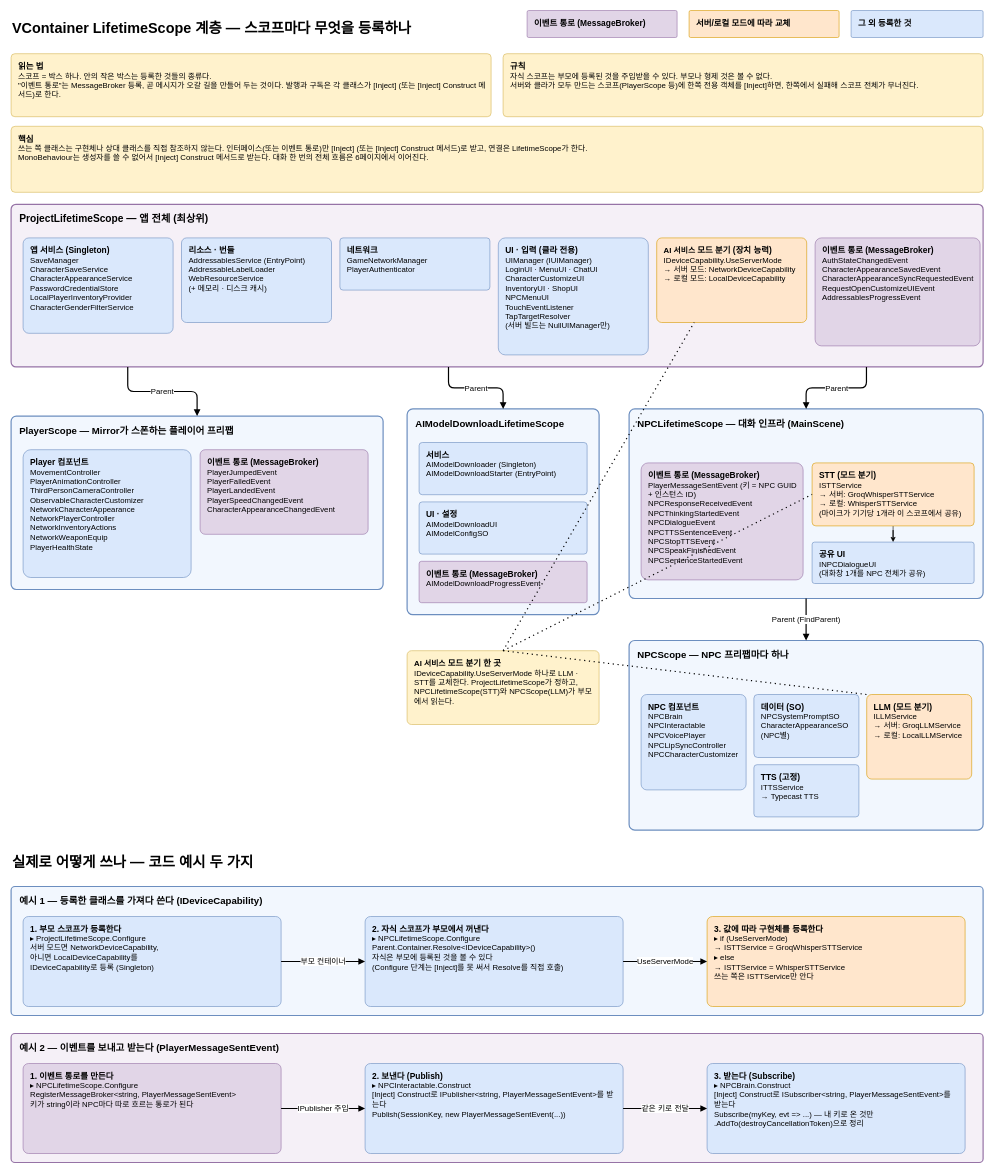
Above: page "2. DI 스코프 계층" (2 of 15) of architecture.drawio in BAESOOHYUN/MySecondWorld-Architecture (draw.io), before the change. Source tidied: cells renumbered, new cells numbered last; positions are measured from the earlier drawing's top-left corner, leaving out a move shared by most shapes. Both pictures are drawn from the tidied source at 60%, with x=0, y=0 at pixel (11, 10).
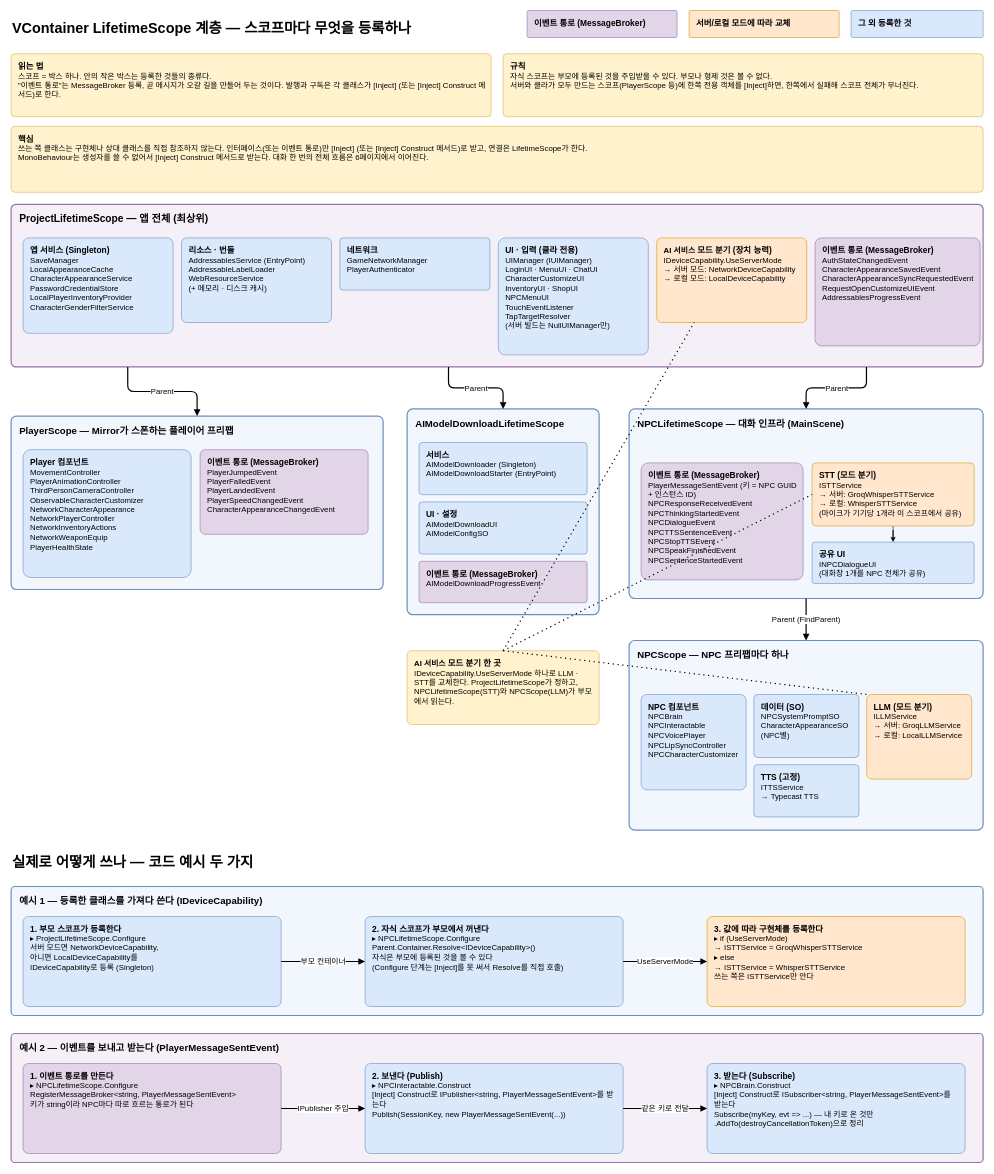
The same page after the edit.

Change to the diagram source:
```diff
@@
-    <mxCell id="11" value="&lt;b style=&quot;font-size:14px&quot;&gt;앱 서비스 (Singleton)&lt;/b&gt;&lt;br&gt;&lt;span style=&quot;font-size:13px&quot;&gt;SaveManager&lt;br&gt;CharacterSaveService&lt;br&gt;CharacterAppearanceService&lt;br&gt;PasswordCredentialStore&lt;br&gt;LocalPlayerInventoryProvider&lt;br&gt;CharacterGenderFilterService&lt;/span&gt;" style="rounded=1;arcSize=6;whiteSpace=wrap;html=1;fillColor=#DAE8FC;strokeColor=#6C8EBF;align=left;verticalAlign=top;spacingLeft=10;spacingRight=8;spacingTop=6;spacingBottom=4;fontSize=13;" parent="1" vertex="1">
+    <mxCell id="11" value="&lt;b style=&quot;font-size:14px&quot;&gt;앱 서비스 (Singleton)&lt;/b&gt;&lt;br&gt;&lt;span style=&quot;font-size:13px&quot;&gt;SaveManager&lt;br&gt;LocalAppearanceCache&lt;br&gt;CharacterAppearanceService&lt;br&gt;PasswordCredentialStore&lt;br&gt;LocalPlayerInventoryProvider&lt;br&gt;CharacterGenderFilterService&lt;/span&gt;" style="rounded=1;arcSize=6;whiteSpace=wrap;html=1;fillColor=#DAE8FC;strokeColor=#6C8EBF;align=left;verticalAlign=top;spacingLeft=10;spacingRight=8;spacingTop=6;spacingBottom=4;fontSize=13;" parent="1" vertex="1">
       <mxGeometry x="20" y="379" width="250" height="159" as="geometry" />
     </mxCell>
```
